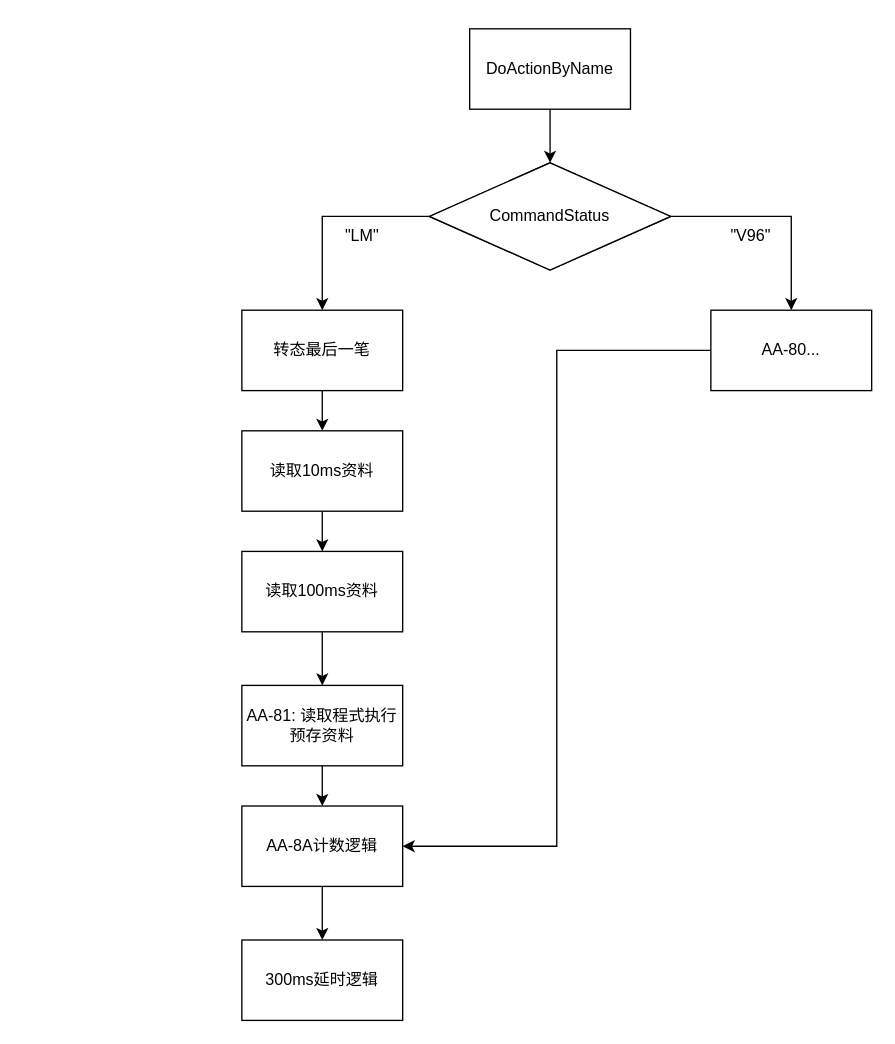
This is page "PollingThreads()" (4 of 5) of L720.drawio from JackGeminiKu/Diagrams, a draw.io file, before an edit. Source tidied: cells renumbered, new cells numbered last; positions are measured from the earlier drawing's top-left corner, leaving out a move shared by most shapes. Both pictures are drawn from the tidied source at 134%, with x=0, y=0 at pixel (241, 28).
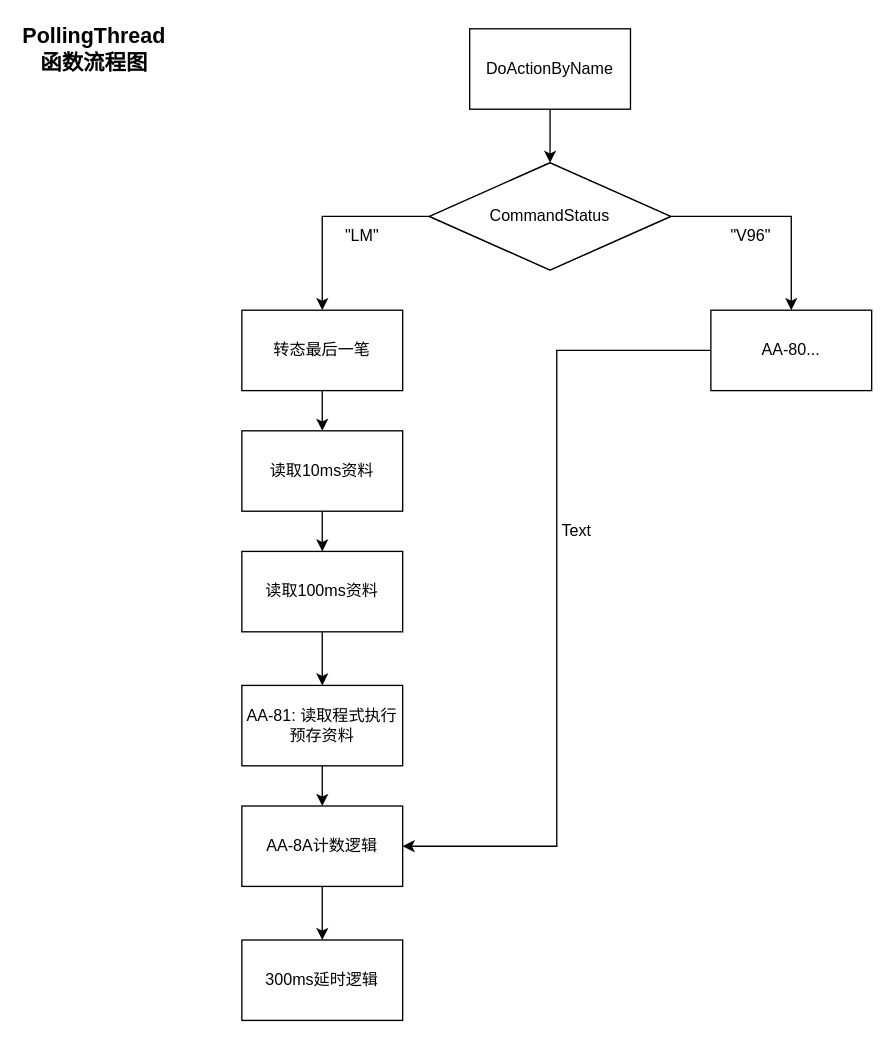
Above is the later version.

Diff of the diagram source:
```diff
@@
+    <mxCell id="23" value="Text" style="text;html=1;align=center;verticalAlign=middle;whiteSpace=wrap;rounded=0;" parent="1" vertex="1">
+      <mxGeometry x="220" y="360" width="60" height="30" as="geometry" />
+    </mxCell>
+    <mxCell id="24" value="PollingThread函数流程图" style="text;html=1;align=center;verticalAlign=middle;whiteSpace=wrap;rounded=0;fontStyle=1;fontSize=16;" parent="1" vertex="1">
+      <mxGeometry x="-140" width="60" height="30" as="geometry" />
+    </mxCell>
```
